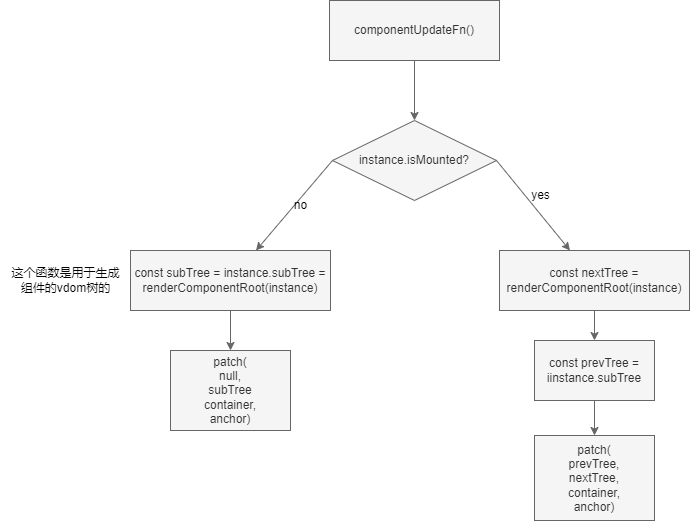
Earlier version of the draw.io export 前端文档/vue源码阅读/image/componentUpdateFn.png (ounstoppableo/web-front-end-for-learn). Source tidied: cells renumbered, new cells last; positions are measured from the earlier drawing's top-left corner, leaving out a move shared by most shapes. Its diagram source:
```xml
<mxGraphModel background="#ffffff">
  <root>
    <mxCell id="0" />
    <mxCell id="1" parent="0" />
    <mxCell id="2" value="componentUpdateFn()" style="rounded=0;whiteSpace=wrap;html=1;fillColor=#f5f5f5;fontColor=#333333;strokeColor=#666666;" parent="1" vertex="1">
      <mxGeometry x="329" width="170" height="60" as="geometry" />
    </mxCell>
    <mxCell id="3" style="endArrow=classic;html=1;exitX=0.5;exitY=1;exitDx=0;exitDy=0;fillColor=#f5f5f5;strokeColor=#666666;entryX=0.5;entryY=0;entryDx=0;entryDy=0;" parent="1" edge="1" source="2" target="4">
      <mxGeometry relative="1" as="geometry" />
    </mxCell>
    <mxCell id="4" value="instance.isMounted?" style="rhombus;whiteSpace=wrap;html=1;fillColor=#f5f5f5;fontColor=#333333;strokeColor=#666666;" parent="1" vertex="1">
      <mxGeometry x="332" y="120" width="164" height="80" as="geometry" />
    </mxCell>
    <mxCell id="5" style="endArrow=classic;html=1;exitX=0;exitY=0.5;exitDx=0;exitDy=0;fillColor=#f5f5f5;strokeColor=#666666;" parent="1" edge="1" source="4" target="6">
      <mxGeometry relative="1" as="geometry" />
    </mxCell>
    <mxCell id="6" value="const subTree = instance.subTree = renderComponentRoot(instance)" style="rounded=0;whiteSpace=wrap;html=1;fillColor=#f5f5f5;fontColor=#333333;strokeColor=#666666;" parent="1" vertex="1">
      <mxGeometry x="130" y="250" width="200" height="60" as="geometry" />
    </mxCell>
    <mxCell id="7" value="&lt;font color=&quot;#000000&quot;&gt;no&lt;/font&gt;" style="text;html=1;align=center;verticalAlign=middle;strokeColor=none;fillColor=none;" parent="1" vertex="1">
      <mxGeometry x="280" y="190" width="40" height="30" as="geometry" />
    </mxCell>
    <mxCell id="8" style="endArrow=classic;html=1;exitX=1;exitY=0.5;exitDx=0;exitDy=0;fillColor=#f5f5f5;strokeColor=#666666;" parent="1" edge="1" source="4" target="9">
      <mxGeometry relative="1" as="geometry" />
    </mxCell>
    <mxCell id="9" value="const nextTree = renderComponentRoot(instance)" style="rounded=0;whiteSpace=wrap;html=1;fillColor=#f5f5f5;fontColor=#333333;strokeColor=#666666;" parent="1" vertex="1">
      <mxGeometry x="499" y="250" width="190" height="60" as="geometry" />
    </mxCell>
    <mxCell id="10" value="&lt;font color=&quot;#000000&quot;&gt;yes&lt;/font&gt;" style="text;html=1;align=center;verticalAlign=middle;strokeColor=none;fillColor=none;" parent="1" vertex="1">
      <mxGeometry x="520" y="180" width="40" height="30" as="geometry" />
    </mxCell>
    <mxCell id="11" value="这个函数是用于生成&lt;br&gt;组件的vdom树的" style="text;html=1;align=center;verticalAlign=middle;strokeColor=none;fillColor=none;fontColor=#000000;" parent="1" vertex="1">
      <mxGeometry y="260" width="130" height="40" as="geometry" />
    </mxCell>
    <mxCell id="12" style="endArrow=classic;html=1;fontColor=#000000;exitX=0.5;exitY=1;exitDx=0;exitDy=0;fillColor=#f5f5f5;strokeColor=#666666;" parent="1" edge="1" source="6" target="13">
      <mxGeometry relative="1" as="geometry" />
    </mxCell>
    <mxCell id="13" value="patch(&lt;br&gt;null,&lt;br&gt;subTree&lt;br&gt;container,&lt;br&gt;anchor)" style="rounded=0;whiteSpace=wrap;html=1;fontColor=#333333;fillColor=#f5f5f5;strokeColor=#666666;" parent="1" vertex="1">
      <mxGeometry x="170" y="350" width="120" height="80" as="geometry" />
    </mxCell>
    <mxCell id="14" style="endArrow=classic;html=1;fontColor=#000000;exitX=0.5;exitY=1;exitDx=0;exitDy=0;fillColor=#f5f5f5;strokeColor=#666666;" parent="1" edge="1" source="9" target="15">
      <mxGeometry relative="1" as="geometry" />
    </mxCell>
    <mxCell id="15" value="const prevTree = iinstance.subTree" style="rounded=0;whiteSpace=wrap;html=1;fontColor=#333333;fillColor=#f5f5f5;strokeColor=#666666;" parent="1" vertex="1">
      <mxGeometry x="534" y="340" width="120" height="60" as="geometry" />
    </mxCell>
    <mxCell id="16" style="endArrow=classic;html=1;fontColor=#000000;exitX=0.5;exitY=1;exitDx=0;exitDy=0;fillColor=#f5f5f5;strokeColor=#666666;" parent="1" edge="1" source="15" target="17">
      <mxGeometry relative="1" as="geometry" />
    </mxCell>
    <mxCell id="17" value="patch(&lt;br&gt;prevTree,&lt;br&gt;nextTree,&lt;br&gt;container,&lt;br&gt;anchor)" style="rounded=0;whiteSpace=wrap;html=1;fontColor=#333333;fillColor=#f5f5f5;strokeColor=#666666;" parent="1" vertex="1">
      <mxGeometry x="534" y="435" width="120" height="85" as="geometry" />
    </mxCell>
  </root>
</mxGraphModel>
```
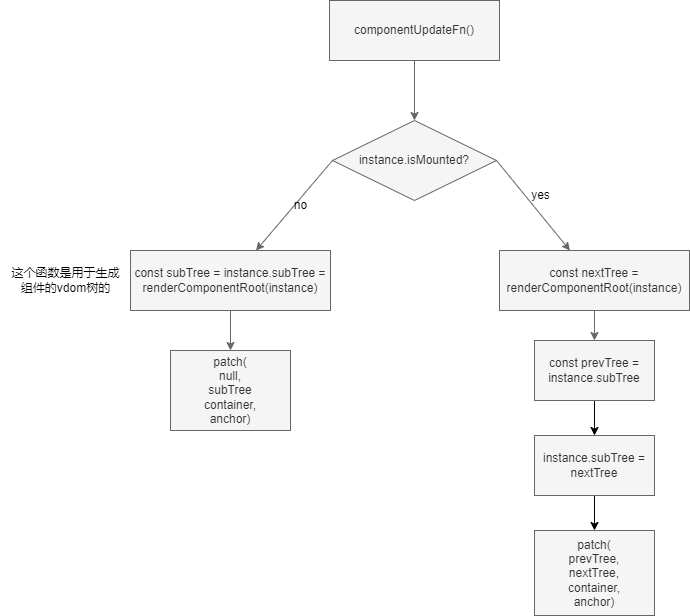
Above is the later version.

The edit, as a diff of the source:
```diff
@@ -41,14 +41,20 @@
     <mxCell id="14" style="endArrow=classic;html=1;fontColor=#000000;exitX=0.5;exitY=1;exitDx=0;exitDy=0;fillColor=#f5f5f5;strokeColor=#666666;" parent="1" edge="1" source="9" target="15">
       <mxGeometry relative="1" as="geometry" />
     </mxCell>
+    <mxCell id="18" style="edgeStyle=none;html=1;exitX=0.5;exitY=1;exitDx=0;exitDy=0;entryX=0.5;entryY=0;entryDx=0;entryDy=0;strokeColor=#000000;" parent="1" edge="1" source="15" target="20">
+      <mxGeometry relative="1" as="geometry" />
+    </mxCell>
-    <mxCell id="15" value="const prevTree = iinstance.subTree" style="rounded=0;whiteSpace=wrap;html=1;fontColor=#333333;fillColor=#f5f5f5;strokeColor=#666666;" parent="1" vertex="1">
+    <mxCell id="15" value="const prevTree = instance.subTree" style="rounded=0;whiteSpace=wrap;html=1;fontColor=#333333;fillColor=#f5f5f5;strokeColor=#666666;" parent="1" vertex="1">
       <mxGeometry x="534" y="340" width="120" height="60" as="geometry" />
     </mxCell>
-    <mxCell id="16" style="endArrow=classic;html=1;fontColor=#000000;exitX=0.5;exitY=1;exitDx=0;exitDy=0;fillColor=#f5f5f5;strokeColor=#666666;" parent="1" edge="1" source="15" target="17">
-      <mxGeometry relative="1" as="geometry" />
-    </mxCell>
     <mxCell id="17" value="patch(&lt;br&gt;prevTree,&lt;br&gt;nextTree,&lt;br&gt;container,&lt;br&gt;anchor)" style="rounded=0;whiteSpace=wrap;html=1;fontColor=#333333;fillColor=#f5f5f5;strokeColor=#666666;" parent="1" vertex="1">
-      <mxGeometry x="534" y="435" width="120" height="85" as="geometry" />
+      <mxGeometry x="534" y="530" width="120" height="85" as="geometry" />
     </mxCell>
+    <mxCell id="19" style="edgeStyle=none;html=1;exitX=0.5;exitY=1;exitDx=0;exitDy=0;strokeColor=#000000;" parent="1" edge="1" source="20" target="17">
+      <mxGeometry relative="1" as="geometry" />
+    </mxCell>
+    <mxCell id="20" value="instance.subTree = nextTree" style="rounded=0;whiteSpace=wrap;html=1;fontColor=#333333;fillColor=#f5f5f5;strokeColor=#666666;" parent="1" vertex="1">
+      <mxGeometry x="534" y="435" width="120" height="60" as="geometry" />
+    </mxCell>
   </root>
 </mxGraphModel>
```
